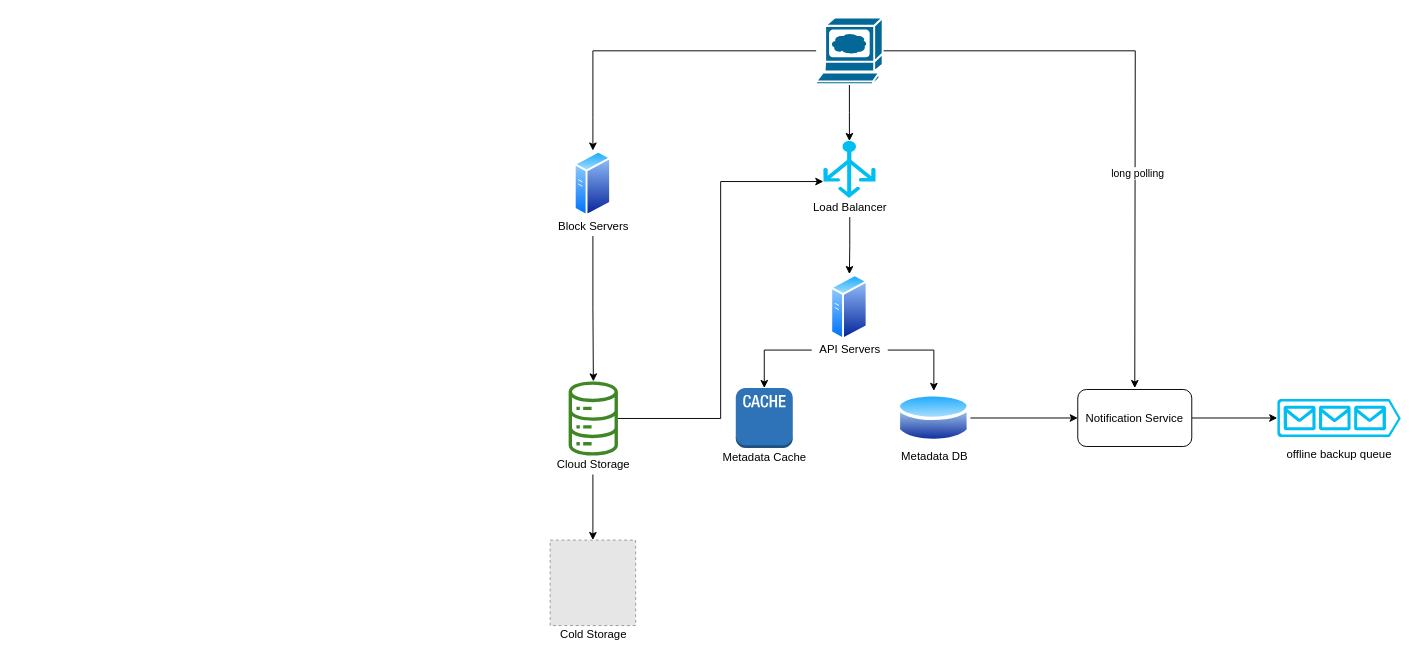
Above: Design Google Drive.drawio in qiusli/system-design (draw.io), before the change. Source tidied: cells renumbered, new cells numbered last; positions are measured from the earlier drawing's top-left corner, leaving out a move shared by most shapes. Both pictures are drawn from the tidied source at 95%, with x=0, y=0 at pixel (550, 17). Pictures stored in the file or linked from it are replaced by grey dashed boxes.
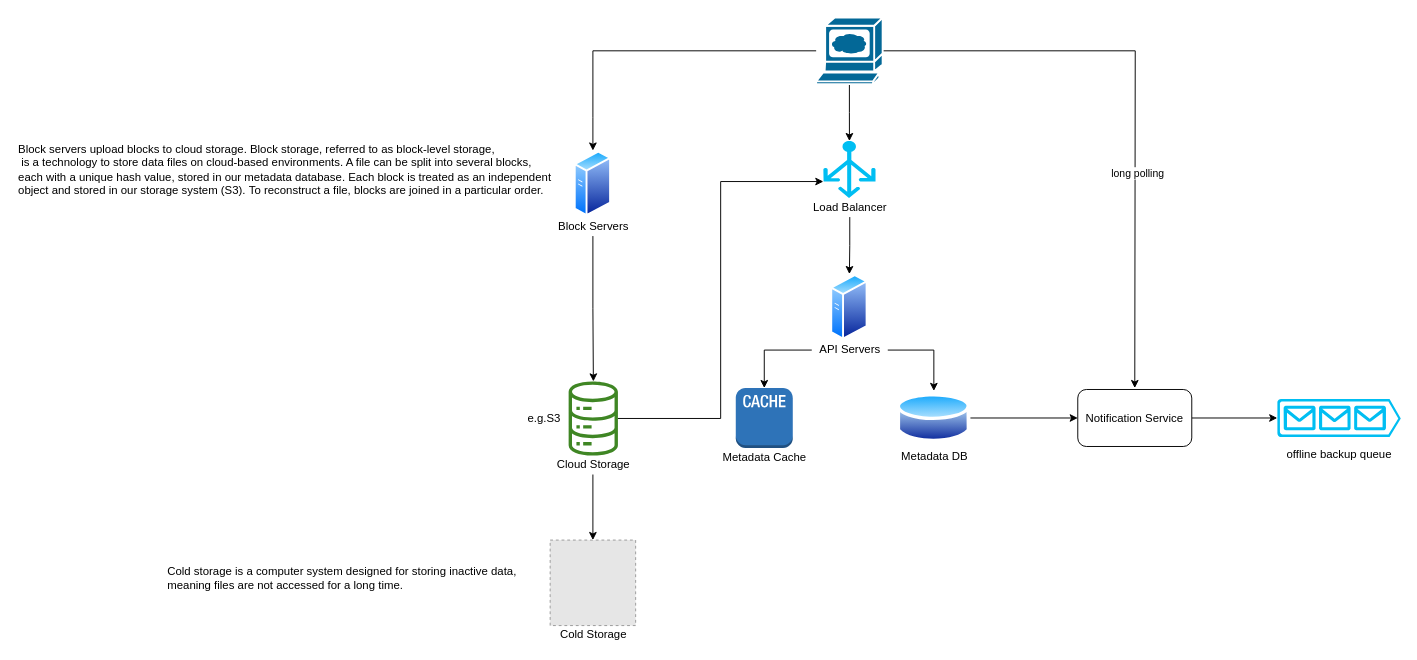
Above is the later version.

Diff of the diagram source:
```diff
@@
+    <mxCell id="32" value="Block servers upload blocks to cloud storage. Block storage, referred to as block-level storage,&lt;br&gt;&amp;nbsp;is a technology to store data files on cloud-based environments. A file can be split into several blocks, &lt;br&gt;each with a unique hash value, stored in our metadata database. Each block is treated as an independent &lt;br&gt;object and stored in our storage system (S3).&amp;nbsp;&lt;span&gt;To reconstruct a file, blocks are joined in a particular order.&lt;/span&gt;" style="text;html=1;align=left;verticalAlign=middle;strokeColor=none;fillColor=none;" parent="1" vertex="1">
+      <mxGeometry x="-562" y="130" width="580" height="60" as="geometry" />
+    </mxCell>
+    <mxCell id="33" value="e.g.S3" style="text;html=1;align=center;verticalAlign=middle;strokeColor=none;fillColor=none;" parent="1" vertex="1">
+      <mxGeometry x="-32" y="411.5" width="50" height="20" as="geometry" />
+    </mxCell>
+    <mxCell id="34" value="Cold storage is a computer system designed for storing inactive data, &lt;br&gt;meaning files are not accessed for a long time." style="text;html=1;align=left;verticalAlign=middle;strokeColor=none;fillColor=none;" parent="1" vertex="1">
+      <mxGeometry x="-405" y="575" width="380" height="30" as="geometry" />
+    </mxCell>
```
